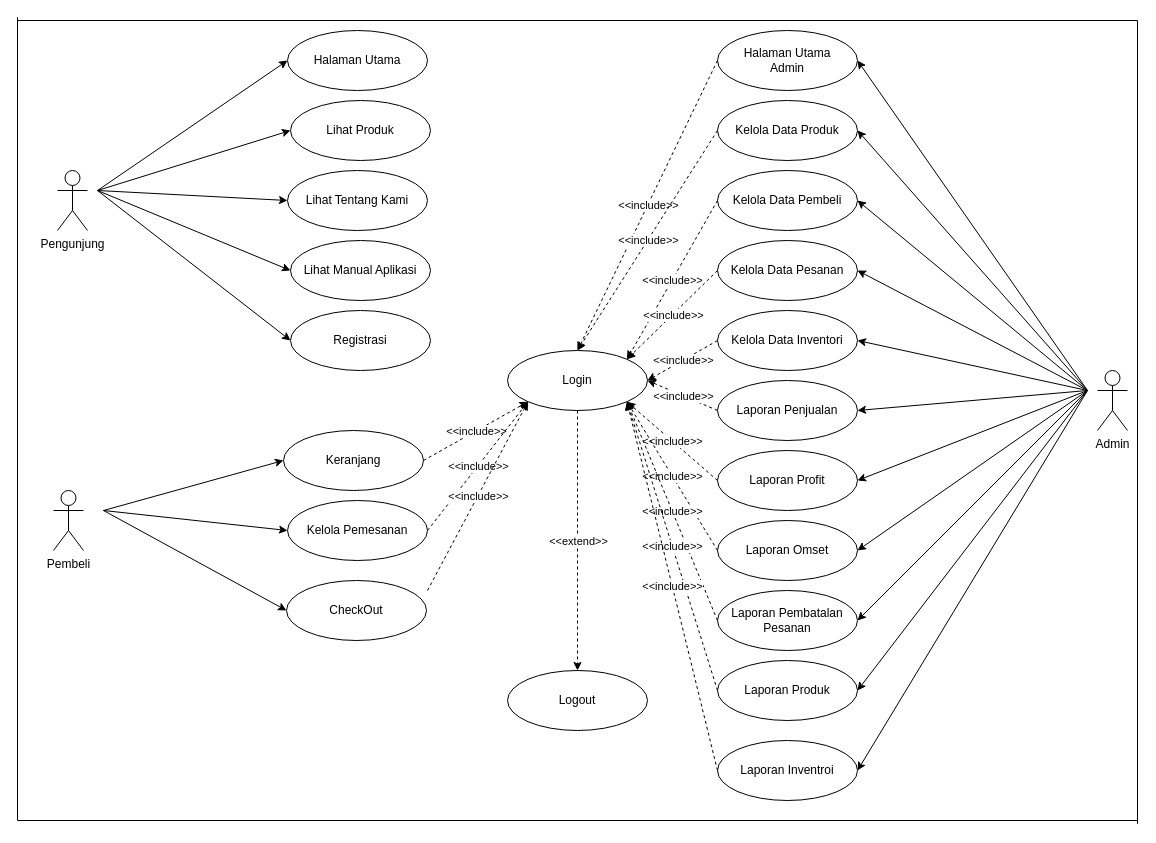
Above: page "UCD" (1 of 25) of SKRIPSI TOKO KUE/ARSIP/FILE MASTER DESAIN/DIAGRAM SKRIPSI TOKO KUE.drawio in Khairul122/JK-WebTokoOnlineRoti-ED (draw.io), before the change. Source tidied: cells renumbered, new cells numbered last; positions are measured from the earlier drawing's top-left corner, leaving out a move shared by most shapes. Both pictures are drawn from the tidied source at 100%, with x=0, y=0 at pixel (17, 17).
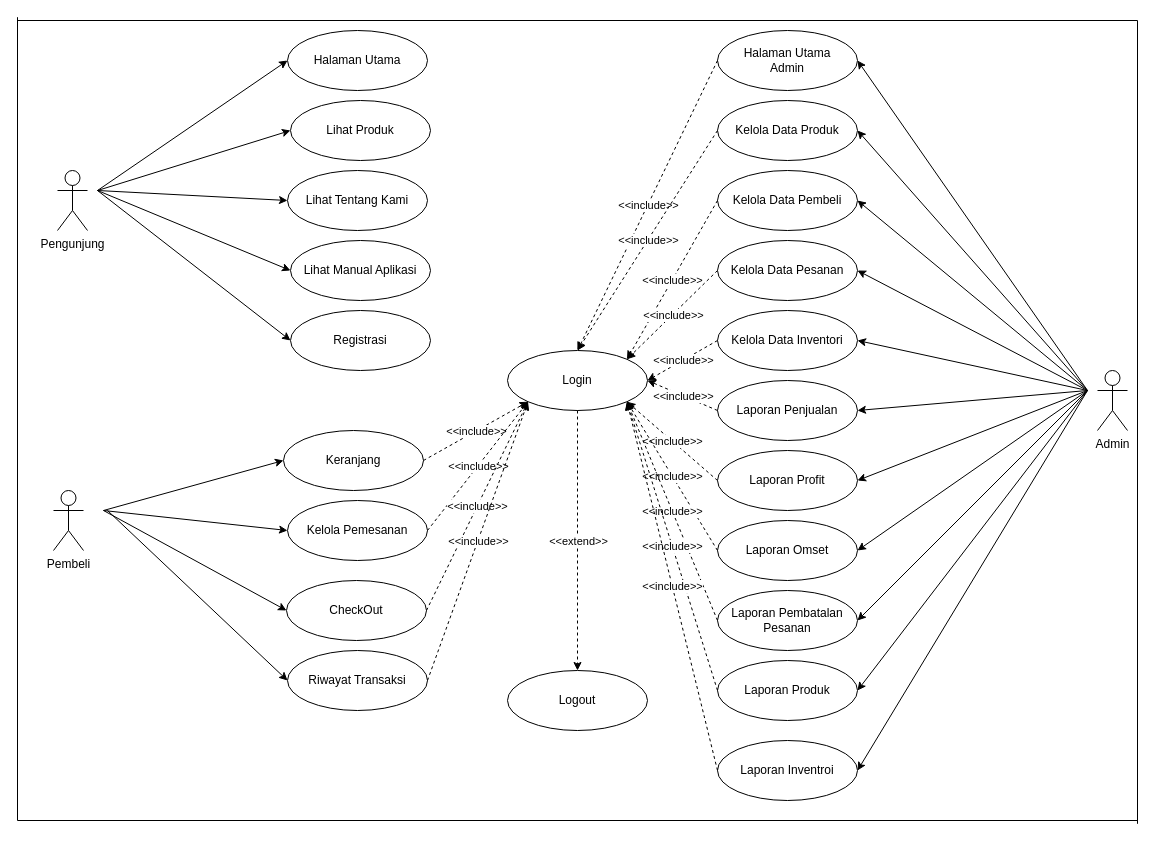
The same diagram, later.

Unchanged cells that the change refers to:
```xml
<mxCell id="16" value="CheckOut" style="ellipse;whiteSpace=wrap;html=1;" parent="1" vertex="1">
  <mxGeometry x="269" y="563" width="140" height="60" as="geometry" />
</mxCell>
<mxCell id="43" value="Login" style="ellipse;whiteSpace=wrap;html=1;" parent="1" vertex="1">
  <mxGeometry x="490" y="333" width="140" height="60" as="geometry" />
</mxCell>
```

Change to the diagram source:
```diff
@@
-    <mxCell id="77" style="endArrow=classic;html=1;dashed=1;entryX=0;entryY=1;entryDx=0;entryDy=0;" parent="1" edge="1" target="43">
-      <mxGeometry relative="1" as="geometry">
-        <mxPoint x="410" y="573" as="sourcePoint" />
-      </mxGeometry>
+    <mxCell id="77" style="endArrow=classic;html=1;dashed=1;entryX=0;entryY=1;entryDx=0;entryDy=0;exitX=1;exitY=0.5;exitDx=0;exitDy=0;" parent="1" edge="1" source="16" target="43">
+      <mxGeometry relative="1" as="geometry" />
     </mxCell>
@@
+    <mxCell id="79" value="Riwayat Transaksi" style="ellipse;whiteSpace=wrap;html=1;" parent="1" vertex="1">
+      <mxGeometry x="270" y="633" width="140" height="60" as="geometry" />
+    </mxCell>
+    <mxCell id="80" style="endArrow=classic;html=1;entryX=0;entryY=0.5;entryDx=0;entryDy=0;" parent="1" edge="1" target="79">
+      <mxGeometry relative="1" as="geometry">
+        <mxPoint x="90" y="493" as="sourcePoint" />
+      </mxGeometry>
+    </mxCell>
+    <mxCell id="81" style="endArrow=classic;html=1;dashed=1;entryX=0;entryY=1;entryDx=0;entryDy=0;exitX=1;exitY=0.5;exitDx=0;exitDy=0;" parent="1" edge="1" source="79" target="43">
+      <mxGeometry relative="1" as="geometry" />
+    </mxCell>
+    <mxCell id="82" value="&amp;lt;&amp;lt;include&amp;gt;&amp;gt;" style="edgeLabel;html=1;align=center;verticalAlign=middle;" parent="81" vertex="1">
+      <mxGeometry relative="1" as="geometry" />
+    </mxCell>
```
